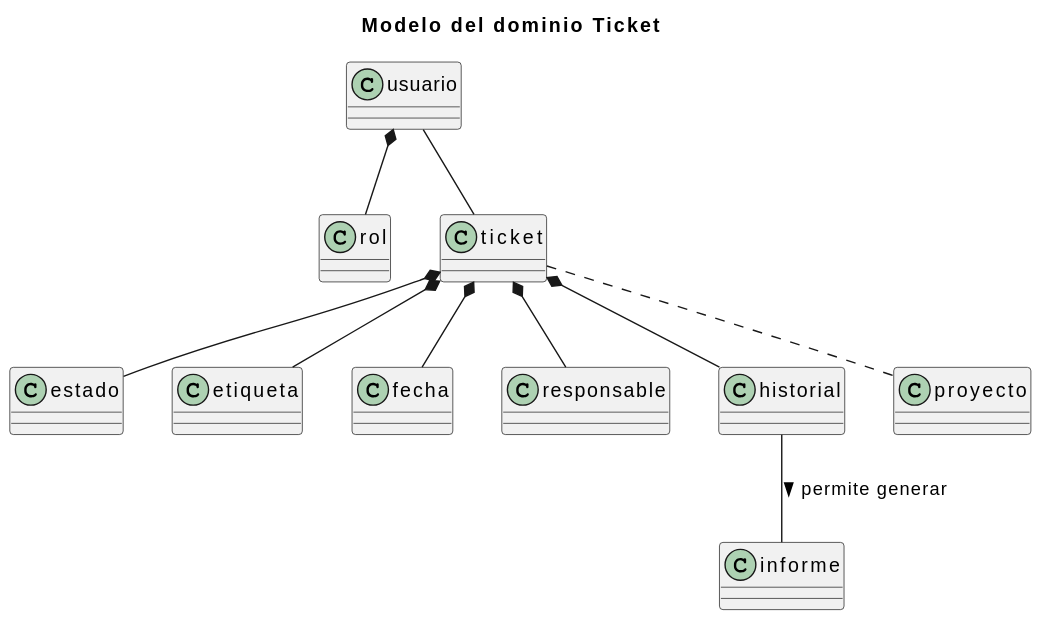
The PlantUML diagram imagenes/modelosUML/ModeloDominioTicket.svg in mmasias/23-24-IdSw1-SDR, before a commit. Source of this version:
```plantuml
@startuml
title Modelo del dominio Ticket

class estado
class etiqueta
class fecha
class responsable
class rol
class informe
class historial
class proyecto

usuario -- ticket
usuario *-- rol
ticket *-- etiqueta
ticket .. proyecto
ticket *-- estado
ticket *-- responsable
ticket *-- fecha
ticket *-- historial

historial -d- informe : > permite generar
@enduml
```
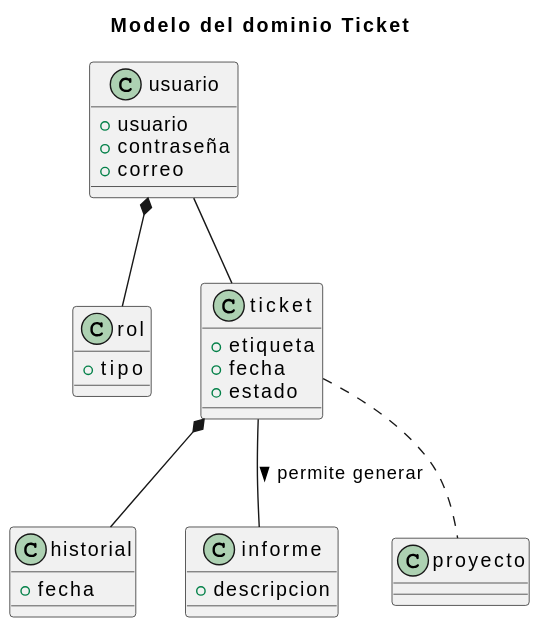
The same diagram one commit later.

The edit, as a diff of the source:
```diff
@@ -1,23 +1,36 @@
 @startuml
 title Modelo del dominio Ticket
 
-class estado
-class etiqueta
-class fecha
-class responsable
-class rol
-class informe
-class historial
+class usuario{
+    +usuario
+    +contraseña
+    +correo
+}
+
+class rol{
+    +tipo
+}
+
+class ticket{
+    +etiqueta
+    +fecha
+    +estado
+}
+
+class historial{
+    +fecha
+}
+
+class informe{
+    +descripcion
+}
+
 class proyecto
 
+usuario *-- rol
 usuario -- ticket
-usuario *-- rol
-ticket *-- etiqueta
 ticket .. proyecto
-ticket *-- estado
-ticket *-- responsable
-ticket *-- fecha
 ticket *-- historial
 
-historial -d- informe : > permite generar
+ticket -d- informe : > permite generar
 @enduml
```
